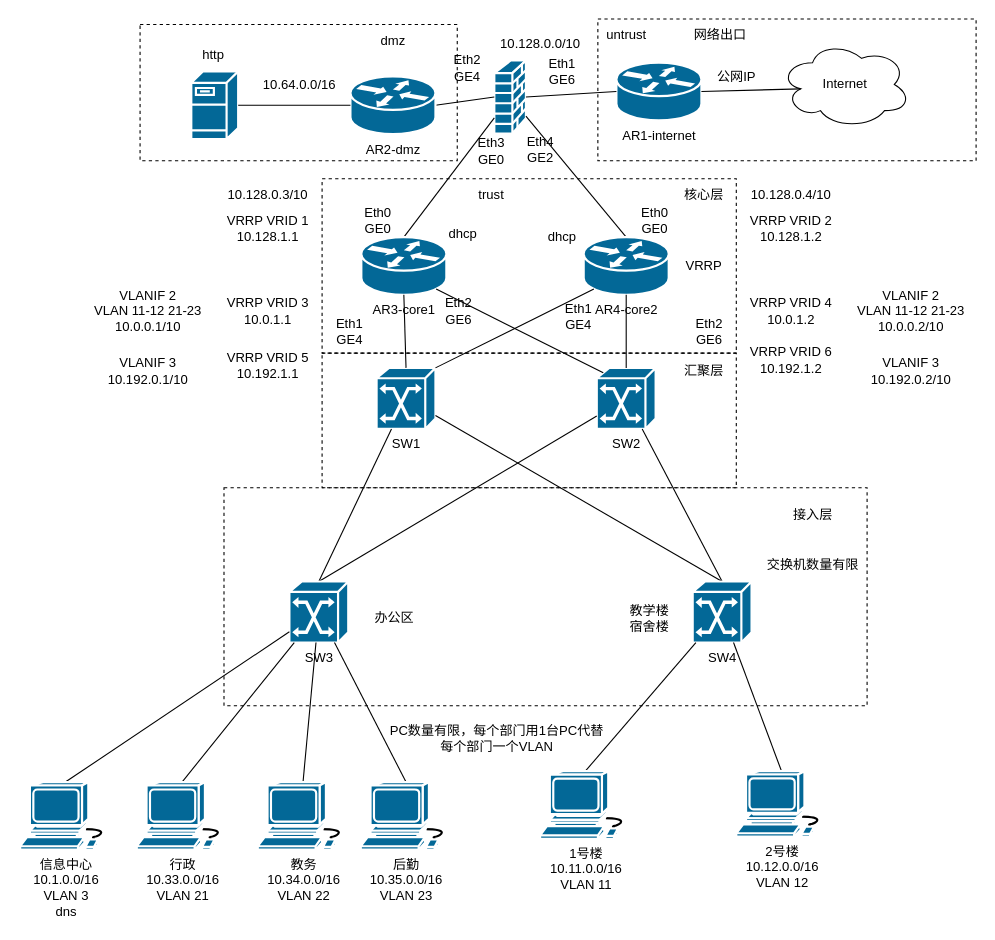
The draw.io diagram ne24.drawio in HPLZH/draw, before the edit. Source tidied: cells renumbered, new cells numbered last; positions are measured from the earlier drawing's top-left corner, leaving out a move shared by most shapes. Both pictures are drawn from the tidied source at 109%, with x=0, y=0 at pixel (20, 19).
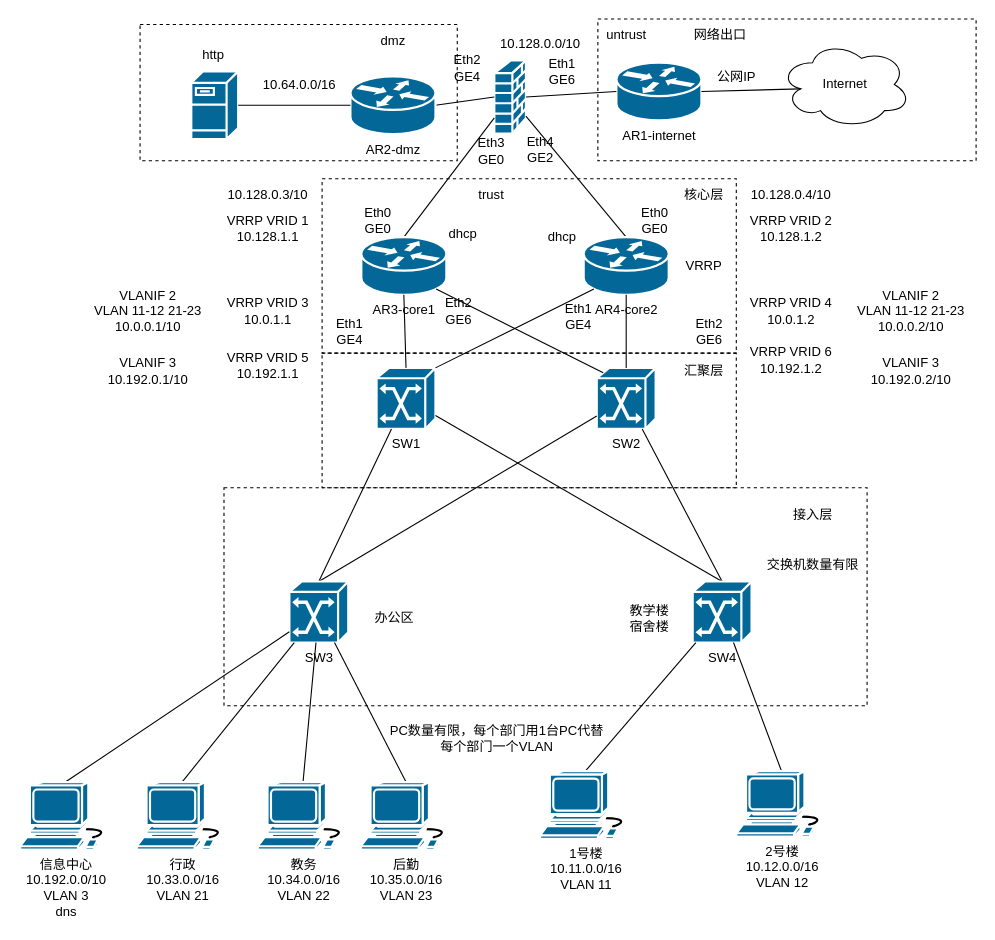
Above is the later version.

Diff of the diagram source:
```diff
@@
-    <mxCell id="79" value="&lt;div&gt;信息中心&lt;/div&gt;&lt;div&gt;10.1.0.0/16&lt;/div&gt;&lt;div&gt;VLAN 3&lt;/div&gt;&lt;div&gt;dns&lt;/div&gt;" style="shape=mxgraph.cisco.computers_and_peripherals.workstation;sketch=0;html=1;dashed=0;fillColor=#036897;strokeColor=#ffffff;strokeWidth=2;verticalLabelPosition=bottom;verticalAlign=top;align=center;outlineConnect=0;" parent="1" vertex="1">
+    <mxCell id="79" value="&lt;div&gt;信息中心&lt;/div&gt;&lt;div&gt;10.192.0.0/10&lt;/div&gt;&lt;div&gt;VLAN 3&lt;/div&gt;&lt;div&gt;dns&lt;/div&gt;" style="shape=mxgraph.cisco.computers_and_peripherals.workstation;sketch=0;html=1;dashed=0;fillColor=#036897;strokeColor=#ffffff;strokeWidth=2;verticalLabelPosition=bottom;verticalAlign=top;align=center;outlineConnect=0;" parent="1" vertex="1">
       <mxGeometry y="700" width="83" height="62" as="geometry" />
     </mxCell>
```
